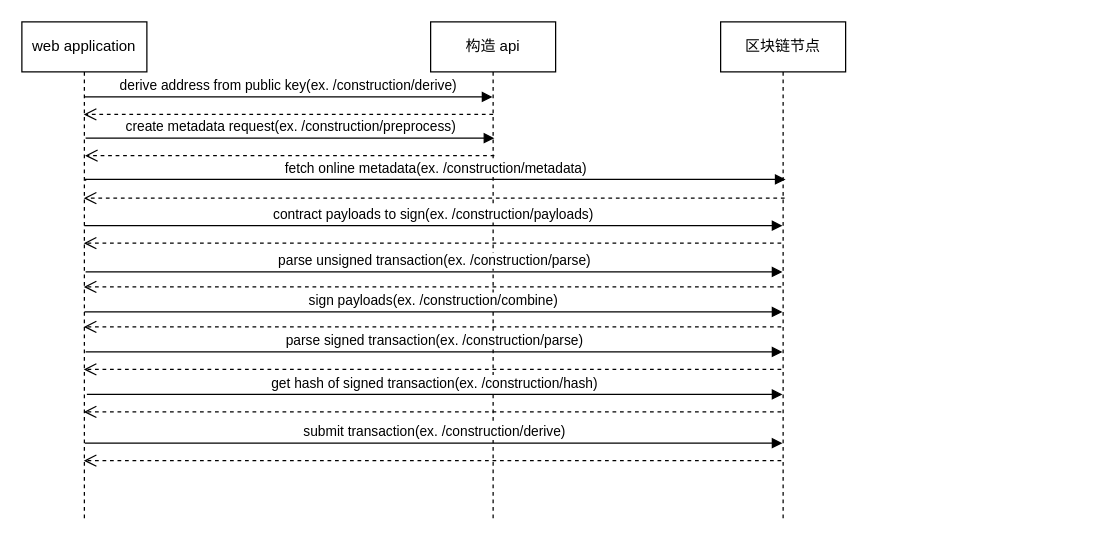
The draw.io diagram api_construction.drawio in chixiaowen/drawio, before the edit. Source tidied: cells renumbered, new cells numbered last; positions are measured from the earlier drawing's top-left corner, leaving out a move shared by most shapes. Both pictures are drawn from the tidied source at 125%, with x=0, y=0 at pixel (21, 21).
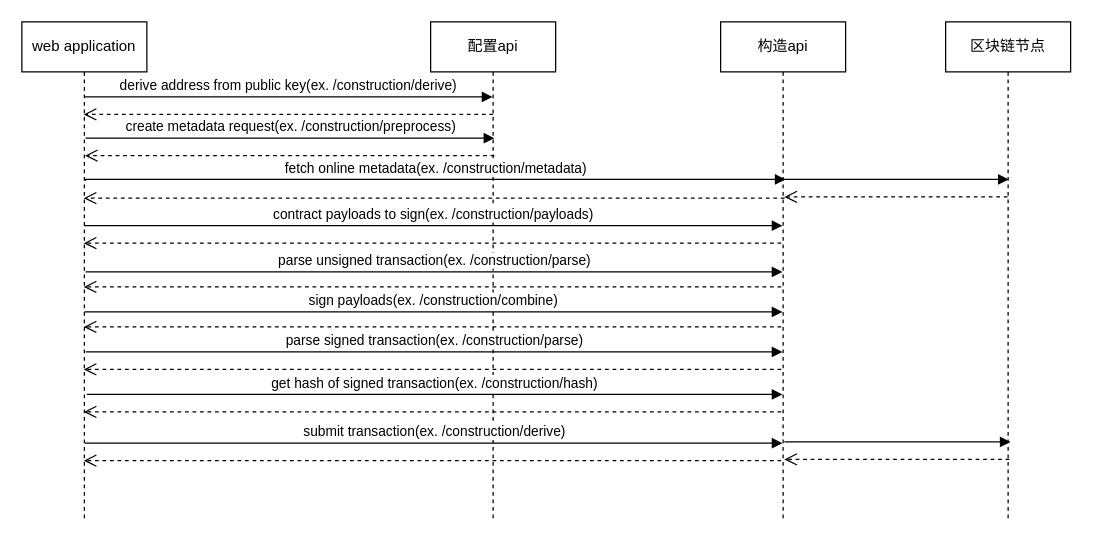
After the change.

Change to the diagram source:
```diff
@@
-    <mxCell id="3" value="构造 api" style="shape=umlLifeline;perimeter=lifelinePerimeter;whiteSpace=wrap;html=1;outlineConnect=0;portConstraint=eastwest;newEdgeStyle={&quot;edgeStyle&quot;:&quot;elbowEdgeStyle&quot;,&quot;elbow&quot;:&quot;vertical&quot;,&quot;curved&quot;:0,&quot;rounded&quot;:0};" parent="1" vertex="1">
+    <mxCell id="3" value="配置api" style="shape=umlLifeline;perimeter=lifelinePerimeter;whiteSpace=wrap;html=1;outlineConnect=0;portConstraint=eastwest;newEdgeStyle={&quot;edgeStyle&quot;:&quot;elbowEdgeStyle&quot;,&quot;elbow&quot;:&quot;vertical&quot;,&quot;curved&quot;:0,&quot;rounded&quot;:0};" parent="1" vertex="1">
       <mxGeometry x="327" width="100" height="400" as="geometry" />
     </mxCell>
-    <mxCell id="4" value="区块链节点" style="shape=umlLifeline;perimeter=lifelinePerimeter;whiteSpace=wrap;html=1;outlineConnect=0;portConstraint=eastwest;newEdgeStyle={&quot;edgeStyle&quot;:&quot;elbowEdgeStyle&quot;,&quot;elbow&quot;:&quot;vertical&quot;,&quot;curved&quot;:0,&quot;rounded&quot;:0};" parent="1" vertex="1">
+    <mxCell id="4" value="构造api" style="shape=umlLifeline;perimeter=lifelinePerimeter;whiteSpace=wrap;html=1;outlineConnect=0;portConstraint=eastwest;newEdgeStyle={&quot;edgeStyle&quot;:&quot;elbowEdgeStyle&quot;,&quot;elbow&quot;:&quot;vertical&quot;,&quot;curved&quot;:0,&quot;rounded&quot;:0};" parent="1" vertex="1">
       <mxGeometry x="559" width="100" height="400" as="geometry" />
     </mxCell>
@@
+    <mxCell id="23" value="区块链节点" style="shape=umlLifeline;perimeter=lifelinePerimeter;whiteSpace=wrap;html=1;outlineConnect=0;portConstraint=eastwest;newEdgeStyle={&quot;edgeStyle&quot;:&quot;elbowEdgeStyle&quot;,&quot;elbow&quot;:&quot;vertical&quot;,&quot;curved&quot;:0,&quot;rounded&quot;:0};" parent="1" vertex="1">
+      <mxGeometry x="739" width="100" height="400" as="geometry" />
+    </mxCell>
+    <mxCell id="24" style="html=1;verticalAlign=bottom;endArrow=block;edgeStyle=elbowEdgeStyle;elbow=vertical;curved=0;rounded=0;" parent="1" edge="1">
+      <mxGeometry relative="1" as="geometry">
+        <mxPoint x="608.5" y="126" as="sourcePoint" />
+        <mxPoint x="789.5" y="126" as="targetPoint" />
+      </mxGeometry>
+    </mxCell>
+    <mxCell id="25" style="html=1;verticalAlign=bottom;endArrow=open;dashed=1;endSize=8;edgeStyle=elbowEdgeStyle;elbow=vertical;curved=0;rounded=0;" parent="1" edge="1" source="23">
+      <mxGeometry relative="1" as="geometry">
+        <mxPoint x="610" y="140" as="targetPoint" />
+      </mxGeometry>
+    </mxCell>
+    <mxCell id="26" style="html=1;verticalAlign=bottom;endArrow=block;edgeStyle=elbowEdgeStyle;elbow=vertical;curved=0;rounded=0;" parent="1" edge="1">
+      <mxGeometry relative="1" as="geometry">
+        <mxPoint x="610" y="336" as="sourcePoint" />
+        <mxPoint x="791" y="336" as="targetPoint" />
+      </mxGeometry>
+    </mxCell>
+    <mxCell id="27" style="html=1;verticalAlign=bottom;endArrow=open;dashed=1;endSize=8;edgeStyle=elbowEdgeStyle;elbow=vertical;curved=0;rounded=0;" parent="1" edge="1">
+      <mxGeometry relative="1" as="geometry">
+        <mxPoint x="790" y="350" as="sourcePoint" />
+        <mxPoint x="610" y="350" as="targetPoint" />
+      </mxGeometry>
+    </mxCell>
```
